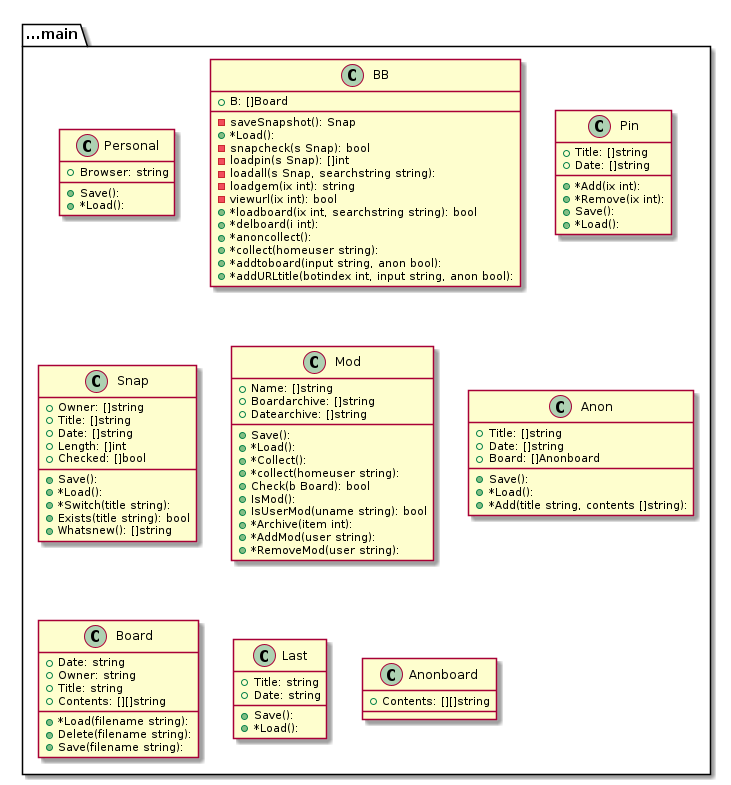
Earlier version of the PlantUML export graph.png (tbal999/bb).
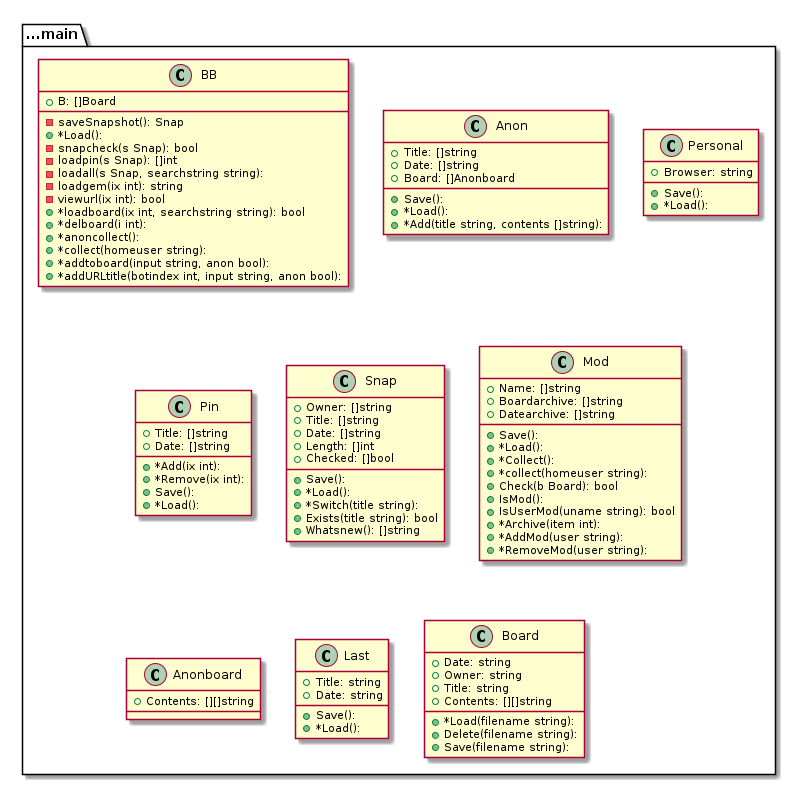
The same file after the commit.

What changed in the source:
```diff
@@ -1,11 +1,4 @@
 @startuml
-package ...main{
-class Personal {
-+Browser: string
-+Save():
-+*Load():
-}
-}
 package ...main{
 class BB {
 +B: []Board
@@ -22,6 +15,23 @@
 +*collect(homeuser string):
 +*addtoboard(input string, anon bool):
 +*addURLtitle(botindex int, input string, anon bool):
+}
+}
+package ...main{
+class Anon {
++Title: []string
++Date: []string
++Board: []Anonboard
++Save():
++*Load():
++*Add(title string, contents []string):
+}
+}
+package ...main{
+class Personal {
++Browser: string
++Save():
++*Load():
 }
 }
 package ...main{
@@ -66,13 +76,17 @@
 }
 }
 package ...main{
-class Anon {
-+Title: []string
-+Date: []string
-+Board: []Anonboard
+class Anonboard {
++Contents: [][]string
+
+}
+}
+package ...main{
+class Last {
++Title: string
++Date: string
 +Save():
 +*Load():
-+*Add(title string, contents []string):
 }
 }
 package ...main{
@@ -86,19 +100,5 @@
 +Save(filename string):
 }
 }
-package ...main{
-class Last {
-+Title: string
-+Date: string
-+Save():
-+*Load():
-}
-}
-package ...main{
-class Anonboard {
-+Contents: [][]string
-
-}
-}
 
 @enduml
```
